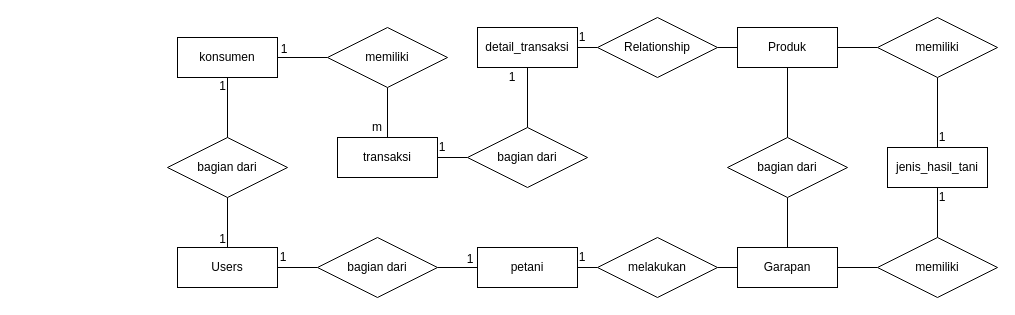
Above: CDM.drawio in zzarr/Project3-design-diagram (draw.io), before the change. Source tidied: cells renumbered, new cells numbered last; positions are measured from the earlier drawing's top-left corner, leaving out a move shared by most shapes. Both pictures are drawn from the tidied source at 100%, with x=0, y=0 at pixel (167, 17).
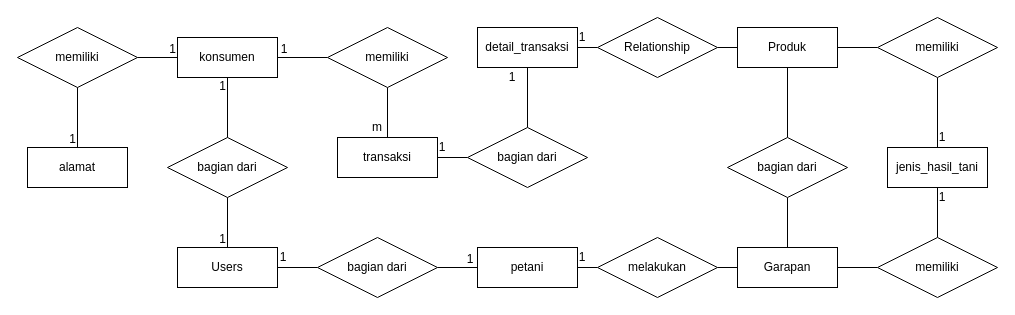
Above is the later version.

The change refers to these unchanged cells:
```xml
<mxCell id="4" value="konsumen" style="whiteSpace=wrap;html=1;align=center;" parent="1" vertex="1">
  <mxGeometry x="10" y="20" width="100" height="40" as="geometry" />
</mxCell>
```

The edit, as a diff of the source:
```diff
@@
+    <mxCell id="50" value="alamat" style="whiteSpace=wrap;html=1;align=center;" parent="1" vertex="1">
+      <mxGeometry x="-140" y="130" width="100" height="40" as="geometry" />
+    </mxCell>
+    <mxCell id="51" value="memiliki" style="shape=rhombus;perimeter=rhombusPerimeter;whiteSpace=wrap;html=1;align=center;" parent="1" vertex="1">
+      <mxGeometry x="-150" y="10" width="120" height="60" as="geometry" />
+    </mxCell>
+    <mxCell id="52" style="endArrow=none;html=1;rounded=0;entryX=0;entryY=0.5;entryDx=0;entryDy=0;exitX=1;exitY=0.5;exitDx=0;exitDy=0;" parent="1" edge="1" source="51" target="4">
+      <mxGeometry relative="1" as="geometry" />
+    </mxCell>
+    <mxCell id="53" value="1" style="html=1;whiteSpace=wrap;align=right;verticalAlign=bottom;" parent="52" vertex="1">
+      <mxGeometry x="1" relative="1" as="geometry" />
+    </mxCell>
+    <mxCell id="54" style="endArrow=none;html=1;rounded=0;entryX=0.5;entryY=0;entryDx=0;entryDy=0;exitX=0.5;exitY=1;exitDx=0;exitDy=0;" parent="1" edge="1" source="51" target="50">
+      <mxGeometry relative="1" as="geometry" />
+    </mxCell>
+    <mxCell id="55" value="1" style="html=1;whiteSpace=wrap;align=right;verticalAlign=bottom;" parent="54" vertex="1">
+      <mxGeometry x="1" relative="1" as="geometry" />
+    </mxCell>
```
